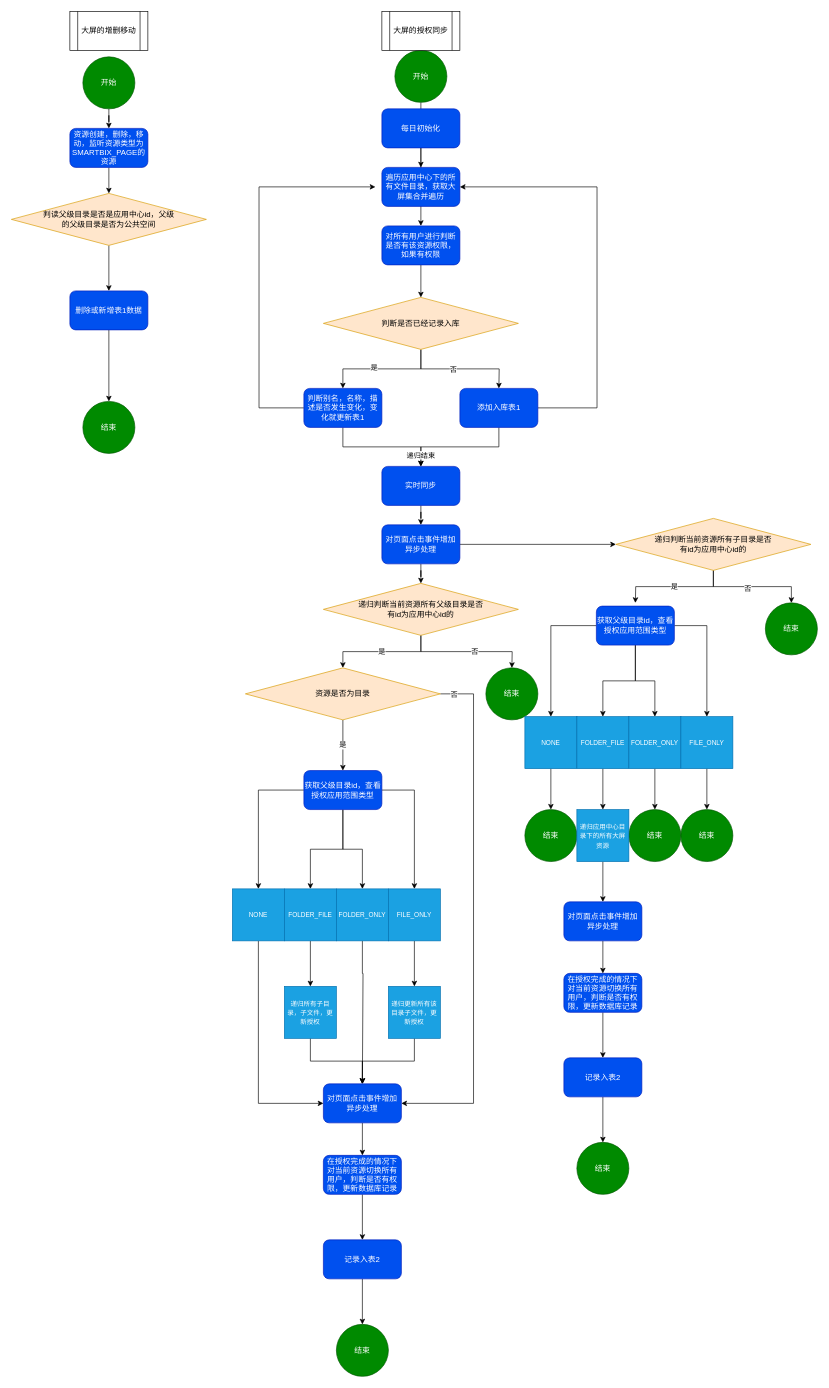
The draw.io diagram 大屏同步绘图.drawio in zp17762835004/e-commerce, before the edit. Source tidied: cells renumbered, new cells numbered last; positions are measured from the earlier drawing's top-left corner, leaving out a move shared by most shapes. Both pictures are drawn from the tidied source at 65%, with x=0, y=0 at pixel (11, 11).
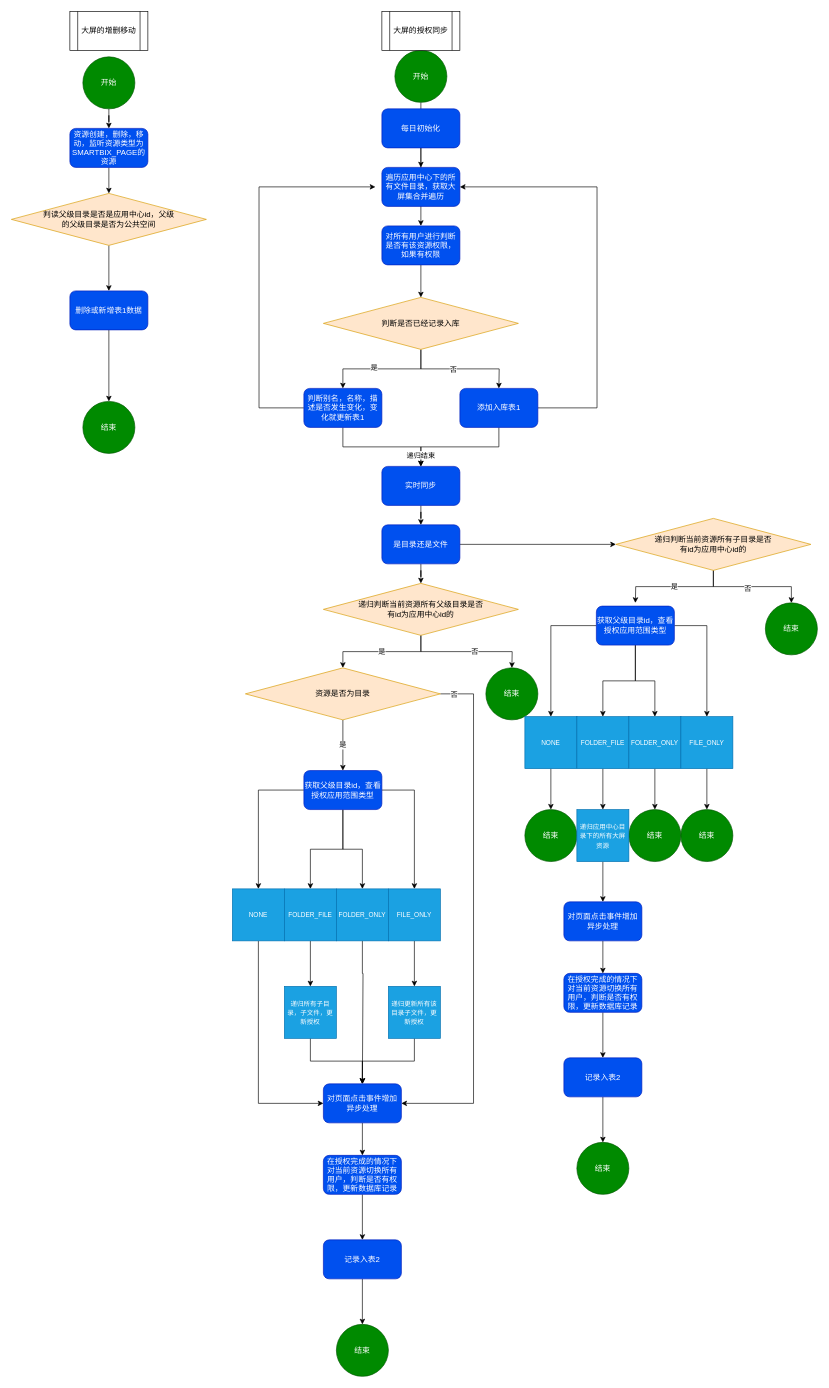
After the change.

Commit message:
更新大屏同步绘图.drawio

Diff of the diagram source:
```diff
@@
-    <mxCell id="14" value="对页面点击事件增加异步处理" style="rounded=1;whiteSpace=wrap;html=1;fillColor=#0050ef;fontColor=#ffffff;strokeColor=#001DBC;" parent="1" vertex="1">
+    <mxCell id="14" value="是目录还是文件" style="rounded=1;whiteSpace=wrap;html=1;fillColor=#0050ef;fontColor=#ffffff;strokeColor=#001DBC;" parent="1" vertex="1">
       <mxGeometry x="570" y="790" width="120" height="60" as="geometry" />
     </mxCell>
```
